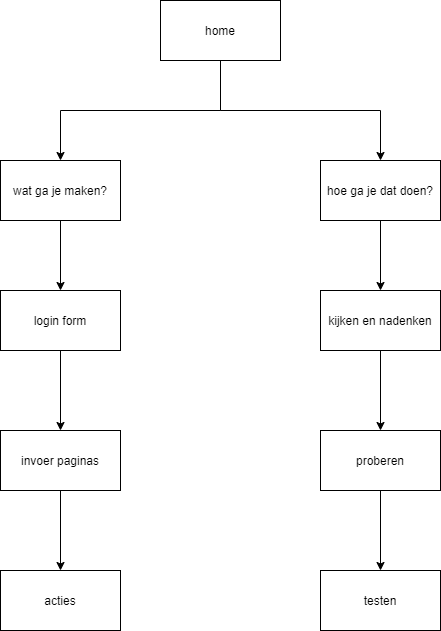
This is 01-Challenge/Taak02-Ontwerpen/student-boomstructuur.drawio.png from mitchelvanc/Challenge-Portfolio, a draw.io export, as it was before one commit. Source tidied: cells renumbered, new cells last; positions are measured from the earlier drawing's top-left corner, leaving out a move shared by most shapes.
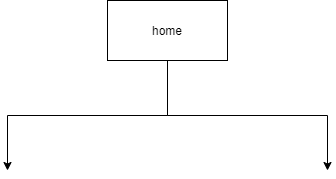
Later version of the same file.

The edit, as a diff of the source:
```diff
@@ -2,56 +2,18 @@
   <root>
     <mxCell id="0" />
     <mxCell id="1" parent="0" />
-    <mxCell id="2" style="edgeStyle=orthogonalEdgeStyle;rounded=0;jettySize=auto;html=1;exitX=0.5;exitY=1;exitDx=0;exitDy=0;" parent="1" edge="1" source="4" target="6">
-      <mxGeometry relative="1" as="geometry" />
+    <mxCell id="2" style="edgeStyle=orthogonalEdgeStyle;rounded=0;jettySize=auto;html=1;exitX=0.5;exitY=1;exitDx=0;exitDy=0;" parent="1" edge="1" source="4">
+      <mxGeometry relative="1" as="geometry">
+        <mxPoint x="60" y="170" as="targetPoint" />
+      </mxGeometry>
     </mxCell>
-    <mxCell id="3" style="edgeStyle=orthogonalEdgeStyle;rounded=0;jettySize=auto;html=1;exitX=0.5;exitY=1;exitDx=0;exitDy=0;" parent="1" edge="1" source="4" target="8">
-      <mxGeometry relative="1" as="geometry" />
+    <mxCell id="3" style="edgeStyle=orthogonalEdgeStyle;rounded=0;jettySize=auto;html=1;exitX=0.5;exitY=1;exitDx=0;exitDy=0;" parent="1" edge="1" source="4">
+      <mxGeometry relative="1" as="geometry">
+        <mxPoint x="380" y="170" as="targetPoint" />
+      </mxGeometry>
     </mxCell>
     <mxCell id="4" value="home" style="rounded=0;whiteSpace=wrap;html=1;" parent="1" vertex="1">
       <mxGeometry x="160" width="120" height="60" as="geometry" />
     </mxCell>
-    <mxCell id="5" style="edgeStyle=orthogonalEdgeStyle;rounded=0;jettySize=auto;html=1;exitX=0.5;exitY=1;exitDx=0;exitDy=0;" parent="1" edge="1" source="6" target="12">
-      <mxGeometry relative="1" as="geometry" />
-    </mxCell>
-    <mxCell id="6" value="wat ga je maken?" style="rounded=0;whiteSpace=wrap;html=1;" parent="1" vertex="1">
-      <mxGeometry y="160" width="120" height="60" as="geometry" />
-    </mxCell>
-    <mxCell id="7" style="edgeStyle=orthogonalEdgeStyle;rounded=0;jettySize=auto;html=1;" parent="1" edge="1" source="8" target="10">
-      <mxGeometry relative="1" as="geometry" />
-    </mxCell>
-    <mxCell id="8" value="hoe ga je dat doen?" style="rounded=0;whiteSpace=wrap;html=1;" parent="1" vertex="1">
-      <mxGeometry x="320" y="160" width="120" height="60" as="geometry" />
-    </mxCell>
-    <mxCell id="9" style="edgeStyle=orthogonalEdgeStyle;rounded=0;jettySize=auto;html=1;" parent="1" edge="1" source="10" target="17">
-      <mxGeometry relative="1" as="geometry" />
-    </mxCell>
-    <mxCell id="10" value="kijken en nadenken" style="rounded=0;whiteSpace=wrap;html=1;" parent="1" vertex="1">
-      <mxGeometry x="320" y="290" width="120" height="60" as="geometry" />
-    </mxCell>
-    <mxCell id="11" style="edgeStyle=orthogonalEdgeStyle;rounded=0;jettySize=auto;html=1;" parent="1" edge="1" source="12" target="14">
-      <mxGeometry relative="1" as="geometry" />
-    </mxCell>
-    <mxCell id="12" value="login form" style="rounded=0;whiteSpace=wrap;html=1;" parent="1" vertex="1">
-      <mxGeometry y="290" width="120" height="60" as="geometry" />
-    </mxCell>
-    <mxCell id="13" style="edgeStyle=orthogonalEdgeStyle;rounded=0;jettySize=auto;html=1;" parent="1" edge="1" source="14" target="15">
-      <mxGeometry relative="1" as="geometry" />
-    </mxCell>
-    <mxCell id="14" value="invoer paginas" style="rounded=0;whiteSpace=wrap;html=1;" parent="1" vertex="1">
-      <mxGeometry y="430" width="120" height="60" as="geometry" />
-    </mxCell>
-    <mxCell id="15" value="acties" style="rounded=0;whiteSpace=wrap;html=1;" parent="1" vertex="1">
-      <mxGeometry y="570" width="120" height="60" as="geometry" />
-    </mxCell>
-    <mxCell id="16" style="edgeStyle=orthogonalEdgeStyle;rounded=0;jettySize=auto;html=1;" parent="1" edge="1" source="17" target="18">
-      <mxGeometry relative="1" as="geometry" />
-    </mxCell>
-    <mxCell id="17" value="proberen" style="rounded=0;whiteSpace=wrap;html=1;" parent="1" vertex="1">
-      <mxGeometry x="320" y="430" width="120" height="60" as="geometry" />
-    </mxCell>
-    <mxCell id="18" value="testen" style="rounded=0;whiteSpace=wrap;html=1;" parent="1" vertex="1">
-      <mxGeometry x="320" y="570" width="120" height="60" as="geometry" />
-    </mxCell>
   </root>
 </mxGraphModel>
```
